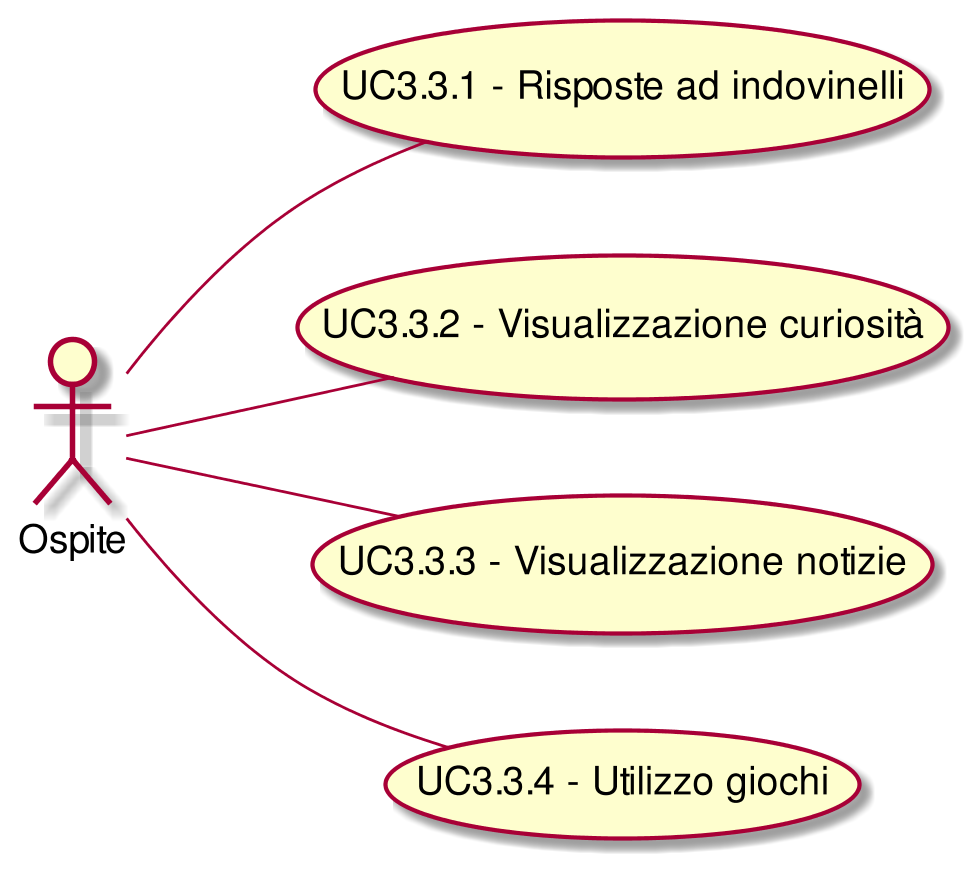
CoCodeSWE/Docs keeps this PlantUML diagram as RR/Esterni/AnalisiDeiRequisiti/images/UseCaseUC33.png. Above is the earlier version.
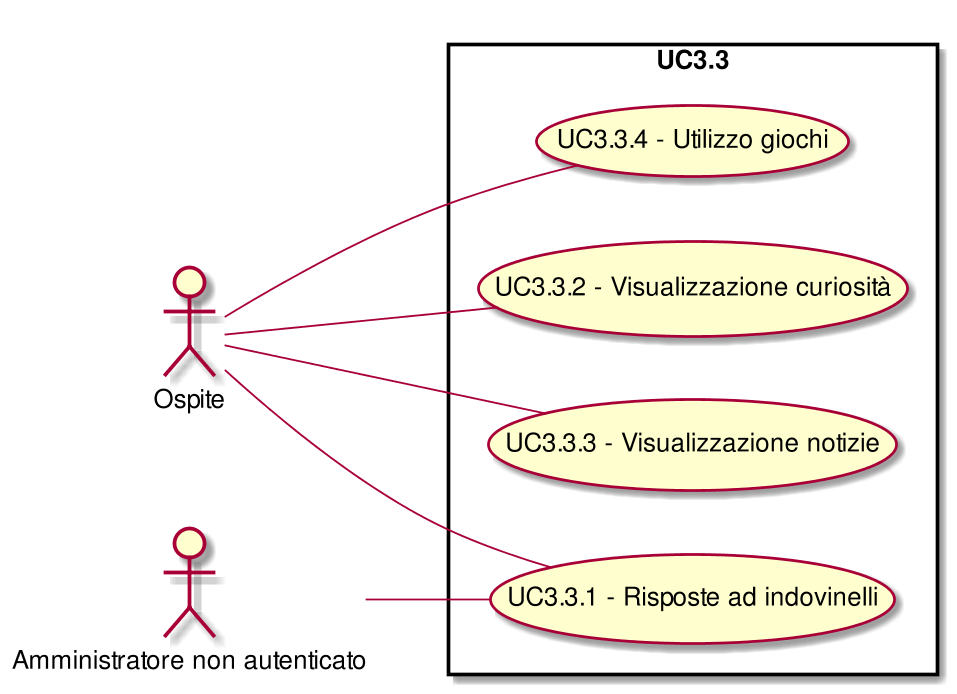
The same file after the commit.

Change to the diagram source:
```diff
@@ -1,12 +1,19 @@
 @startuml
 scale 1000*1000
 left to right direction
+skinparam packageStyle rect
+:Ospite:
+:Amministratore non autenticato:
+rectangle UC3.3{
 ( UC3.3.1 - Risposte ad indovinelli ) as (UC3.3.1)
 :Ospite:--(UC3.3.1)
+( UC3.3.1 - Risposte ad indovinelli ) as (UC3.3.1)
+:Amministratore non autenticato:--(UC3.3.1)
 ( UC3.3.2 - Visualizzazione curiosità ) as (UC3.3.2)
 :Ospite:--(UC3.3.2)
 ( UC3.3.3 - Visualizzazione notizie ) as (UC3.3.3)
 :Ospite:--(UC3.3.3)
 ( UC3.3.4 - Utilizzo giochi ) as (UC3.3.4)
 :Ospite:--(UC3.3.4)
+}
 @enduml
```
